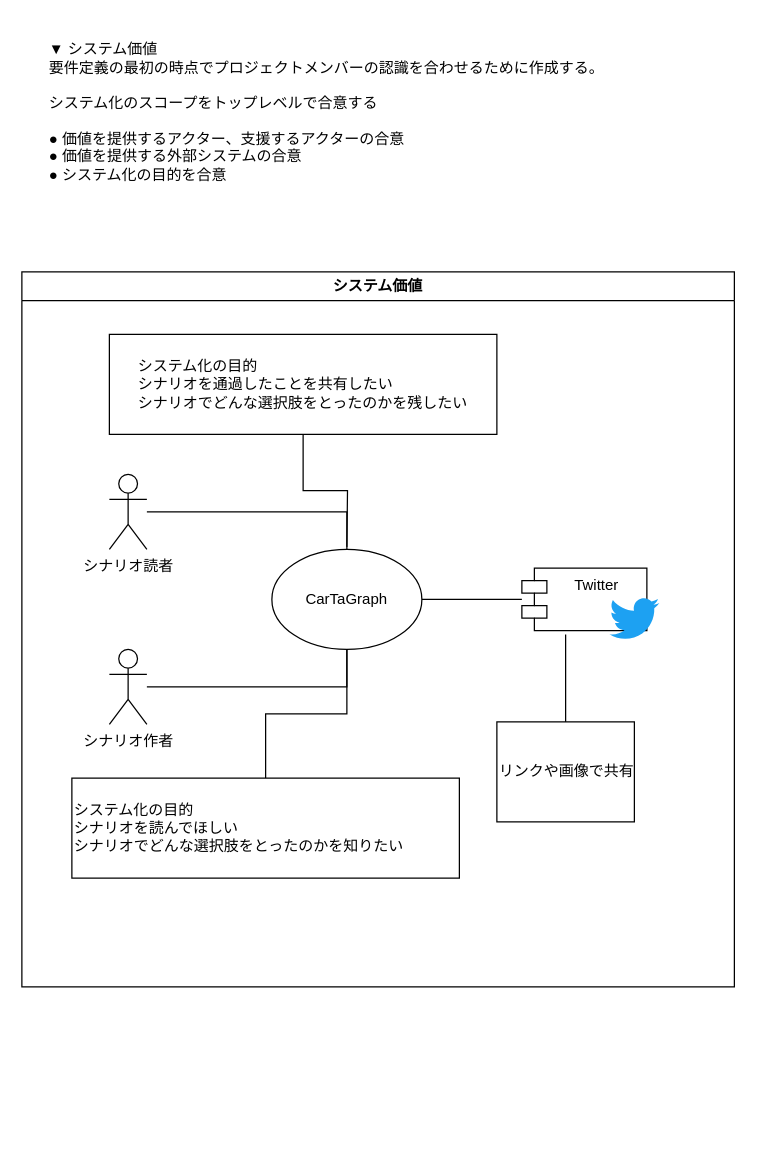
Above: page "システムコンテキスト図" (3 of 12) of documents/draw.io/RDRA_CarTaGraph.drawio in hibohiboo/kartagraph (draw.io), before the change. Source tidied: cells renumbered, new cells numbered last; positions are measured from the earlier drawing's top-left corner, leaving out a move shared by most shapes. Both pictures are drawn from the tidied source at 125%, with x=0, y=0 at pixel (21, 21). Pictures stored in the file or linked from it are replaced by grey dashed boxes.
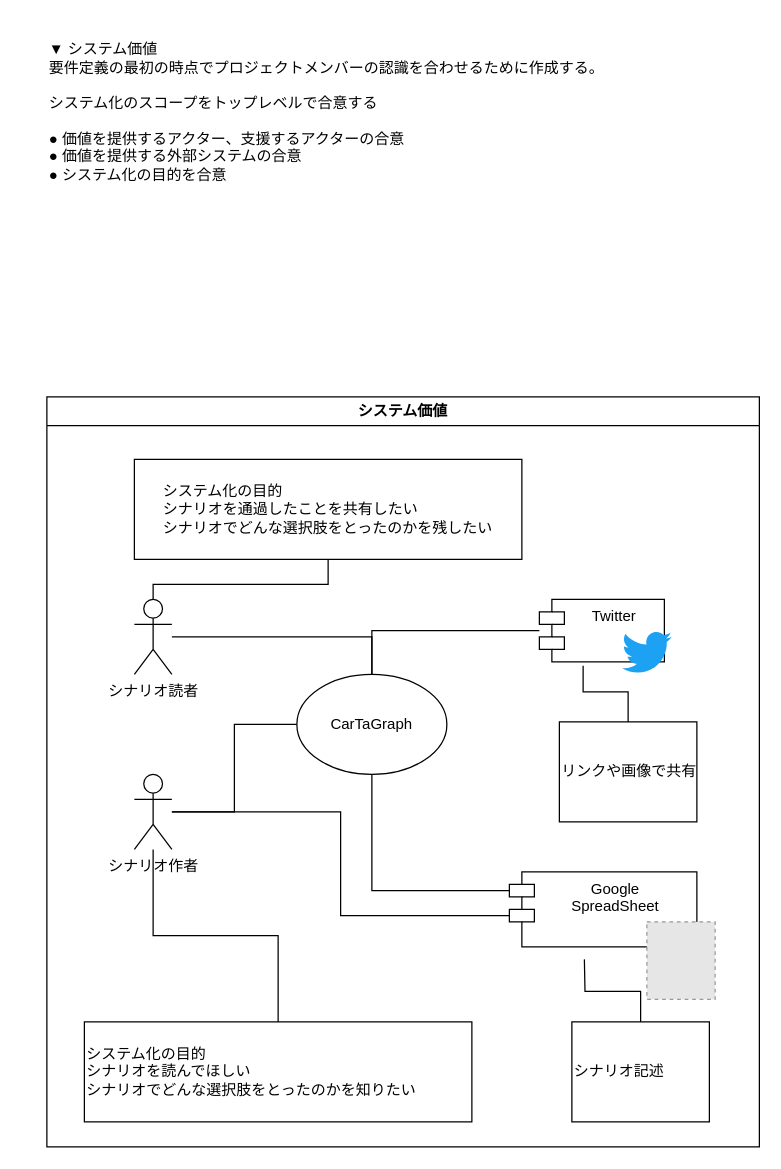
The same diagram, later.

Unchanged cells that the change refers to:
```xml
<mxCell id="5" value="シナリオ作者" style="shape=umlActor;verticalLabelPosition=bottom;verticalAlign=top;html=1;outlineConnect=0;" parent="3" vertex="1">
  <mxGeometry x="70" y="302" width="30" height="60" as="geometry" />
</mxCell>
<mxCell id="7" value="&lt;div style=&quot;text-align: left&quot;&gt;&lt;span&gt;システム化の目的&lt;/span&gt;&lt;/div&gt;&lt;div style=&quot;text-align: left&quot;&gt;&lt;span&gt;シナリオを通過したことを共有したい&lt;/span&gt;&lt;/div&gt;&lt;div style=&quot;text-align: left&quot;&gt;&lt;span&gt;シナリオでどんな選択肢をとったのかを残したい&lt;/span&gt;&lt;/div&gt;" style="rounded=0;whiteSpace=wrap;html=1;" parent="3" vertex="1">
  <mxGeometry x="70" y="50" width="310" height="80" as="geometry" />
</mxCell>
<mxCell id="10" value="CarTaGraph" style="ellipse;whiteSpace=wrap;html=1;" parent="3" vertex="1">
  <mxGeometry x="200" y="222" width="120" height="80" as="geometry" />
</mxCell>
<mxCell id="12" value="シナリオ読者" style="shape=umlActor;verticalLabelPosition=bottom;verticalAlign=top;html=1;outlineConnect=0;" parent="3" vertex="1">
  <mxGeometry x="70" y="162" width="30" height="60" as="geometry" />
</mxCell>
```

Change to the diagram source:
```diff
@@
     <mxCell id="3" value="システム価値" style="swimlane;whiteSpace=wrap;" parent="1" vertex="1">
-      <mxGeometry y="200" width="570" height="572" as="geometry" />
+      <mxGeometry x="20" y="300" width="570" height="600" as="geometry" />
     </mxCell>
-    <mxCell id="4" style="edgeStyle=orthogonalEdgeStyle;rounded=0;jettySize=auto;html=1;entryX=0.5;entryY=1;entryDx=0;entryDy=0;endArrow=none;endFill=0;" parent="3" edge="1" source="5" target="10">
+    <mxCell id="4" style="edgeStyle=orthogonalEdgeStyle;rounded=0;jettySize=auto;html=1;endArrow=none;endFill=0;" parent="3" edge="1" source="5" target="10">
       <mxGeometry relative="1" as="geometry" />
     </mxCell>
+    <mxCell id="18" style="edgeStyle=orthogonalEdgeStyle;rounded=0;jettySize=auto;html=1;entryX=0;entryY=0;entryDx=0;entryDy=35;entryPerimeter=0;endArrow=none;endFill=0;" parent="3" edge="1" source="5" target="20">
+      <mxGeometry relative="1" as="geometry" />
+    </mxCell>
@@
-    <mxCell id="6" style="edgeStyle=orthogonalEdgeStyle;rounded=0;jettySize=auto;html=1;endArrow=none;endFill=0;" parent="3" edge="1" source="7">
-      <mxGeometry relative="1" as="geometry">
-        <mxPoint x="260" y="220" as="targetPoint" />
-      </mxGeometry>
+    <mxCell id="6" style="edgeStyle=orthogonalEdgeStyle;rounded=0;jettySize=auto;html=1;endArrow=none;endFill=0;entryX=0.5;entryY=0;entryDx=0;entryDy=0;entryPerimeter=0;" parent="3" edge="1" source="7" target="12">
+      <mxGeometry relative="1" as="geometry" />
     </mxCell>
@@
     <mxCell id="9" value="Twitter" style="shape=module;align=left;spacingLeft=20;align=center;verticalAlign=top;" parent="3" vertex="1">
-      <mxGeometry x="400" y="237" width="100" height="50" as="geometry" />
+      <mxGeometry x="394" y="162" width="100" height="50" as="geometry" />
     </mxCell>
@@
-    <mxCell id="13" style="edgeStyle=orthogonalEdgeStyle;rounded=0;jettySize=auto;html=1;endArrow=none;endFill=0;" parent="3" edge="1" source="14" target="10">
+    <mxCell id="13" style="edgeStyle=orthogonalEdgeStyle;rounded=0;jettySize=auto;html=1;endArrow=none;endFill=0;" parent="3" edge="1" source="14" target="5">
       <mxGeometry relative="1" as="geometry" />
     </mxCell>
     <mxCell id="14" value="システム化の目的&lt;br&gt;シナリオを読んでほしい&lt;br&gt;シナリオでどんな選択肢をとったのかを知りたい" style="rounded=0;whiteSpace=wrap;html=1;align=left;" parent="3" vertex="1">
-      <mxGeometry x="40" y="405" width="310" height="80" as="geometry" />
+      <mxGeometry x="30" y="500" width="310" height="80" as="geometry" />
     </mxCell>
     <mxCell id="15" style="dashed=0;html=1;align=center;labelPosition=center;verticalLabelPosition=bottom;verticalAlign=top;shape=mxgraph.weblogos.twitter;fillColor=#1DA1F2;strokeColor=none;" parent="3" vertex="1">
-      <mxGeometry x="470" y="260" width="40" height="35" as="geometry" />
+      <mxGeometry x="460" y="187" width="40" height="35" as="geometry" />
     </mxCell>
+    <mxCell id="17" value="リンクや画像で共有" style="rounded=0;whiteSpace=wrap;html=1;align=left;" parent="3" vertex="1">
+      <mxGeometry x="410" y="260" width="110" height="80" as="geometry" />
+    </mxCell>
-    <mxCell id="16" style="edgeStyle=orthogonalEdgeStyle;rounded=0;jettySize=auto;html=1;entryX=0.35;entryY=1.06;entryDx=0;entryDy=0;entryPerimeter=0;endArrow=none;endFill=0;" parent="1" edge="1" source="17" target="9">
+    <mxCell id="16" style="edgeStyle=orthogonalEdgeStyle;rounded=0;jettySize=auto;html=1;entryX=0.35;entryY=1.06;entryDx=0;entryDy=0;entryPerimeter=0;endArrow=none;endFill=0;" parent="3" edge="1" source="17" target="9">
       <mxGeometry relative="1" as="geometry" />
     </mxCell>
-    <mxCell id="17" value="リンクや画像で共有" style="rounded=0;whiteSpace=wrap;html=1;align=left;" parent="1" vertex="1">
-      <mxGeometry x="380" y="560" width="110" height="80" as="geometry" />
-    </mxCell>
+    <mxCell id="19" style="edgeStyle=orthogonalEdgeStyle;rounded=0;jettySize=auto;html=1;endArrow=none;endFill=0;exitX=0;exitY=0;exitDx=0;exitDy=15;exitPerimeter=0;" parent="3" edge="1" source="20" target="10">
+      <mxGeometry relative="1" as="geometry" />
+    </mxCell>
+    <mxCell id="20" value="Google&#10;SpreadSheet" style="shape=module;align=left;spacingLeft=20;align=center;verticalAlign=top;" parent="3" vertex="1">
+      <mxGeometry x="370" y="380" width="150" height="60" as="geometry" />
+    </mxCell>
+    <mxCell id="21" style="fillColor=#E6E6E6;strokeColor=#999999;dashed=1;verticalLabelPosition=bottom;labelBackgroundColor=#ffffff;verticalAlign=top;" parent="3" vertex="1">
+      <mxGeometry x="480" y="420" width="54.6" height="62" as="geometry" />
+    </mxCell>
+    <mxCell id="22" value="シナリオ記述" style="rounded=0;whiteSpace=wrap;html=1;align=left;" parent="3" vertex="1">
+      <mxGeometry x="420" y="500" width="110" height="80" as="geometry" />
+    </mxCell>
+    <mxCell id="23" style="edgeStyle=orthogonalEdgeStyle;rounded=0;jettySize=auto;html=1;endArrow=none;endFill=0;" parent="1" edge="1" source="22">
+      <mxGeometry relative="1" as="geometry">
+        <mxPoint x="450" y="750" as="targetPoint" />
+      </mxGeometry>
+    </mxCell>
```
